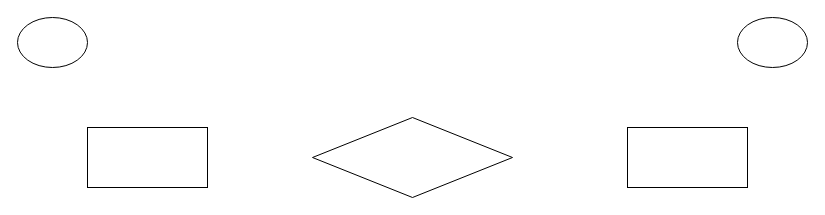
This is CodeCamp/Database/5.5แบบฝึกหัดที่ 1.drawio from NuttakritChulabha/CodeCamp5, a draw.io file, before an edit. Source tidied: cells renumbered, new cells numbered last; positions are measured from the earlier drawing's top-left corner, leaving out a move shared by most shapes. Both pictures are drawn from the tidied source at 100%, with x=0, y=0 at pixel (17, 17).
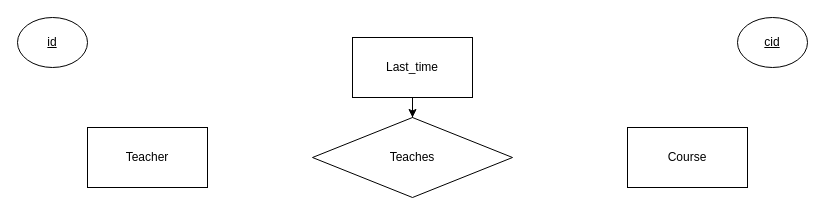
The same diagram, later.

What changed in the source:
```diff
@@
 <mxGraphModel>
   <root>
     <mxCell id="0" />
     <mxCell id="1" parent="0" />
-    <mxCell id="2" style="rhombus;whiteSpace=wrap;html=1;" parent="1" vertex="1">
+    <mxCell id="2" value="Teaches" style="rhombus;whiteSpace=wrap;html=1;" parent="1" vertex="1">
       <mxGeometry x="295" y="100" width="200" height="80" as="geometry" />
     </mxCell>
-    <mxCell id="3" style="rounded=0;whiteSpace=wrap;html=1;" parent="1" vertex="1">
+    <mxCell id="3" value="Teacher" style="rounded=0;whiteSpace=wrap;html=1;shadow=0;" parent="1" vertex="1">
       <mxGeometry x="70" y="110" width="120" height="60" as="geometry" />
     </mxCell>
-    <mxCell id="4" style="rounded=0;whiteSpace=wrap;html=1;" parent="1" vertex="1">
+    <mxCell id="4" value="Course" style="rounded=0;whiteSpace=wrap;html=1;" parent="1" vertex="1">
       <mxGeometry x="610" y="110" width="120" height="60" as="geometry" />
     </mxCell>
-    <mxCell id="5" style="ellipse;whiteSpace=wrap;html=1;" parent="1" vertex="1">
+    <mxCell id="5" value="id" style="ellipse;whiteSpace=wrap;html=1;fontStyle=4;" parent="1" vertex="1">
       <mxGeometry width="70" height="50" as="geometry" />
     </mxCell>
-    <mxCell id="6" style="ellipse;whiteSpace=wrap;html=1;" parent="1" vertex="1">
+    <mxCell id="6" value="cid" style="ellipse;whiteSpace=wrap;html=1;fontStyle=4;" parent="1" vertex="1">
       <mxGeometry x="720" width="70" height="50" as="geometry" />
     </mxCell>
+    <mxCell id="7" style="edgeStyle=orthogonalEdgeStyle;rounded=0;jettySize=auto;html=1;" parent="1" edge="1" source="8" target="2">
+      <mxGeometry relative="1" as="geometry" />
+    </mxCell>
+    <mxCell id="8" value="Last_time" style="rounded=0;whiteSpace=wrap;html=1;" parent="1" vertex="1">
+      <mxGeometry x="335" y="20" width="120" height="60" as="geometry" />
+    </mxCell>
   </root>
 </mxGraphModel>
```
